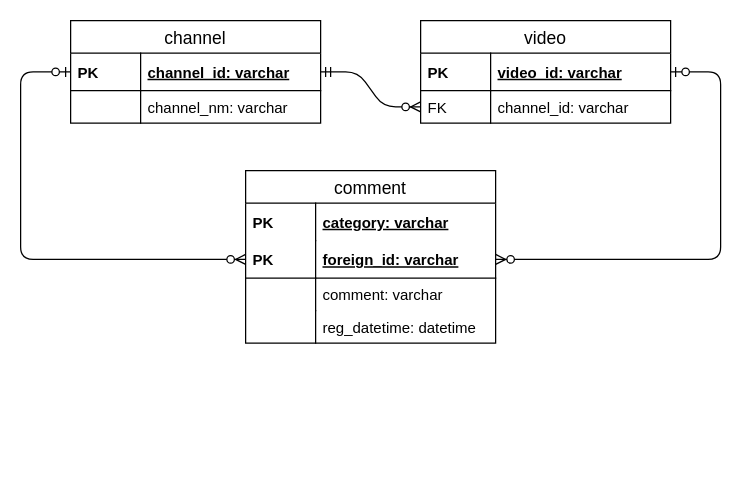
This is er.drawio from mtsml/jack, a draw.io file, before an edit. Source tidied: cells renumbered, new cells numbered last; positions are measured from the earlier drawing's top-left corner, leaving out a move shared by most shapes. Both pictures are drawn from the tidied source at 125%, with x=0, y=0 at pixel (20, 20).
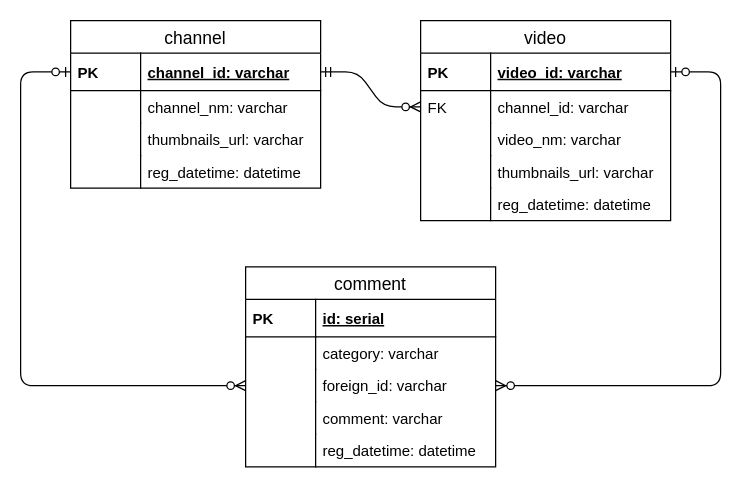
The same page after the edit.

The change refers to these unchanged cells:
```xml
<mxCell id="6" value="video_id: varchar" style="shape=partialRectangle;top=0;left=0;right=0;bottom=1;align=left;verticalAlign=middle;fillColor=none;spacingLeft=60;spacingRight=4;overflow=hidden;points=[[0,0.5],[1,0.5]];portConstraint=eastwest;fontStyle=5;fontSize=12;" parent="5" vertex="1">
  <mxGeometry y="26" width="200" height="30" as="geometry" />
</mxCell>
<mxCell id="11" value="channel_id: varchar" style="shape=partialRectangle;top=0;left=0;right=0;bottom=1;align=left;verticalAlign=middle;fillColor=none;spacingLeft=60;spacingRight=4;overflow=hidden;points=[[0,0.5],[1,0.5]];portConstraint=eastwest;fontStyle=5;fontSize=12;" parent="10" vertex="1">
  <mxGeometry y="26" width="200" height="30" as="geometry" />
</mxCell>
```

The edit, as a diff of the source:
```diff
@@
-    <mxCell id="3" style="edgeStyle=orthogonalEdgeStyle;fontSize=12;html=1;endArrow=ERzeroToMany;startArrow=ERzeroToOne;entryX=0;entryY=0.5;entryDx=0;entryDy=0;exitX=0;exitY=0.5;exitDx=0;exitDy=0;" parent="1" edge="1" source="11" target="18">
+    <mxCell id="3" style="edgeStyle=orthogonalEdgeStyle;fontSize=12;html=1;endArrow=ERzeroToMany;startArrow=ERzeroToOne;entryX=0;entryY=0.5;entryDx=0;entryDy=0;exitX=0;exitY=0.5;exitDx=0;exitDy=0;" parent="1" edge="1" source="11" target="34">
       <mxGeometry relative="1" as="geometry">
         <Array as="points">
           <mxPoint y="41" />
-          <mxPoint y="191" />
+          <mxPoint y="292" />
         </Array>
       </mxGeometry>
     </mxCell>
-    <mxCell id="4" style="edgeStyle=orthogonalEdgeStyle;fontSize=12;html=1;endArrow=ERzeroToMany;startArrow=ERzeroToOne;exitX=1;exitY=0.5;exitDx=0;exitDy=0;entryX=1;entryY=0.5;entryDx=0;entryDy=0;" parent="1" edge="1" source="6" target="18">
+    <mxCell id="4" style="edgeStyle=orthogonalEdgeStyle;fontSize=12;html=1;endArrow=ERzeroToMany;startArrow=ERzeroToOne;exitX=1;exitY=0.5;exitDx=0;exitDy=0;entryX=1;entryY=0.5;entryDx=0;entryDy=0;" parent="1" edge="1" source="6" target="34">
       <mxGeometry relative="1" as="geometry">
         <Array as="points">
           <mxPoint x="560" y="41" />
-          <mxPoint x="560" y="191" />
+          <mxPoint x="560" y="292" />
         </Array>
       </mxGeometry>
     </mxCell>
     <mxCell id="5" value="video" style="swimlane;fontStyle=0;horizontal=1;startSize=26;align=center;fontSize=14;" parent="1" vertex="1">
-      <mxGeometry x="320" width="200" height="82" as="geometry" />
+      <mxGeometry x="320" width="200" height="160" as="geometry" />
     </mxCell>
@@
+    <mxCell id="24" value="video_nm: varchar" style="shape=partialRectangle;top=0;left=0;right=0;bottom=0;align=left;verticalAlign=top;fillColor=none;spacingLeft=60;spacingRight=4;overflow=hidden;fontSize=12;" parent="5" vertex="1">
+      <mxGeometry y="82" width="200" height="26" as="geometry" />
+    </mxCell>
+    <mxCell id="25" style="shape=partialRectangle;top=0;left=0;bottom=0;fillColor=none;align=left;verticalAlign=top;spacingLeft=4;spacingRight=4;overflow=hidden;fontSize=12;" parent="24" vertex="1">
+      <mxGeometry width="56" height="26" as="geometry" />
+    </mxCell>
+    <mxCell id="26" value="thumbnails_url: varchar" style="shape=partialRectangle;top=0;left=0;right=0;bottom=0;align=left;verticalAlign=top;fillColor=none;spacingLeft=60;spacingRight=4;overflow=hidden;fontSize=12;" parent="5" vertex="1">
+      <mxGeometry y="108" width="200" height="26" as="geometry" />
+    </mxCell>
+    <mxCell id="27" style="shape=partialRectangle;top=0;left=0;bottom=0;fillColor=none;align=left;verticalAlign=top;spacingLeft=4;spacingRight=4;overflow=hidden;fontSize=12;" parent="26" vertex="1">
+      <mxGeometry width="56" height="26" as="geometry" />
+    </mxCell>
+    <mxCell id="28" value="reg_datetime: datetime" style="shape=partialRectangle;top=0;left=0;right=0;bottom=0;align=left;verticalAlign=top;fillColor=none;spacingLeft=60;spacingRight=4;overflow=hidden;fontSize=12;" parent="5" vertex="1">
+      <mxGeometry y="134" width="200" height="26" as="geometry" />
+    </mxCell>
+    <mxCell id="29" style="shape=partialRectangle;top=0;left=0;bottom=0;fillColor=none;align=left;verticalAlign=top;spacingLeft=4;spacingRight=4;overflow=hidden;fontSize=12;" parent="28" vertex="1">
+      <mxGeometry width="56" height="26" as="geometry" />
+    </mxCell>
     <mxCell id="10" value="channel" style="swimlane;fontStyle=0;horizontal=1;startSize=26;align=center;fontSize=14;" parent="1" vertex="1">
-      <mxGeometry x="40" width="200" height="82" as="geometry" />
+      <mxGeometry x="40" width="200" height="134" as="geometry" />
     </mxCell>
@@
+    <mxCell id="30" value="thumbnails_url: varchar" style="shape=partialRectangle;top=0;left=0;right=0;bottom=0;align=left;verticalAlign=top;fillColor=none;spacingLeft=60;spacingRight=4;overflow=hidden;fontSize=12;" parent="10" vertex="1">
+      <mxGeometry y="82" width="200" height="26" as="geometry" />
+    </mxCell>
+    <mxCell id="31" style="shape=partialRectangle;top=0;left=0;bottom=0;fillColor=none;align=left;verticalAlign=top;spacingLeft=4;spacingRight=4;overflow=hidden;fontSize=12;" parent="30" vertex="1">
+      <mxGeometry width="56" height="26" as="geometry" />
+    </mxCell>
+    <mxCell id="32" value="reg_datetime: datetime" style="shape=partialRectangle;top=0;left=0;right=0;bottom=0;align=left;verticalAlign=top;fillColor=none;spacingLeft=60;spacingRight=4;overflow=hidden;fontSize=12;" parent="10" vertex="1">
+      <mxGeometry y="108" width="200" height="26" as="geometry" />
+    </mxCell>
+    <mxCell id="33" style="shape=partialRectangle;top=0;left=0;bottom=0;fillColor=none;align=left;verticalAlign=top;spacingLeft=4;spacingRight=4;overflow=hidden;fontSize=12;" parent="32" vertex="1">
+      <mxGeometry width="56" height="26" as="geometry" />
+    </mxCell>
     <mxCell id="15" value="comment" style="swimlane;fontStyle=0;horizontal=1;startSize=26;align=center;fontSize=14;" parent="1" vertex="1">
-      <mxGeometry x="180" y="120" width="200" height="138" as="geometry" />
+      <mxGeometry x="180" y="197" width="200" height="160" as="geometry" />
     </mxCell>
-    <mxCell id="16" value="category: varchar" style="shape=partialRectangle;top=0;left=0;right=0;bottom=0;align=left;verticalAlign=middle;fillColor=none;spacingLeft=60;spacingRight=4;overflow=hidden;fontStyle=5;fontSize=12;" parent="15" vertex="1">
-      <mxGeometry y="26" width="200" height="30" as="geometry" />
-    </mxCell>
-    <mxCell id="17" value="PK" style="shape=partialRectangle;fontStyle=1;top=0;left=0;bottom=0;fillColor=none;align=left;verticalAlign=middle;spacingLeft=4;spacingRight=4;overflow=hidden;fontSize=12;" parent="16" vertex="1">
-      <mxGeometry width="56" height="30" as="geometry" />
-    </mxCell>
-    <mxCell id="18" value="foreign_id: varchar" style="shape=partialRectangle;top=0;left=0;right=0;bottom=1;align=left;verticalAlign=middle;fillColor=none;spacingLeft=60;spacingRight=4;overflow=hidden;points=[[0,0.5],[1,0.5]];portConstraint=eastwest;fontStyle=5;fontSize=12;" parent="15" vertex="1">
-      <mxGeometry y="56" width="200" height="30" as="geometry" />
+    <mxCell id="18" value="id: serial" style="shape=partialRectangle;top=0;left=0;right=0;bottom=1;align=left;verticalAlign=middle;fillColor=none;spacingLeft=60;spacingRight=4;overflow=hidden;points=[[0,0.5],[1,0.5]];portConstraint=eastwest;fontStyle=5;fontSize=12;" parent="15" vertex="1">
+      <mxGeometry y="26" width="200" height="30" as="geometry" />
     </mxCell>
@@
-    <mxCell id="20" value="comment: varchar" style="shape=partialRectangle;top=0;left=0;right=0;bottom=0;align=left;verticalAlign=top;fillColor=none;spacingLeft=60;spacingRight=4;overflow=hidden;fontSize=12;" parent="15" vertex="1">
-      <mxGeometry y="86" width="200" height="26" as="geometry" />
+    <mxCell id="20" value="category: varchar" style="shape=partialRectangle;top=0;left=0;right=0;bottom=0;align=left;verticalAlign=top;fillColor=none;spacingLeft=60;spacingRight=4;overflow=hidden;fontSize=12;" parent="15" vertex="1">
+      <mxGeometry y="56" width="200" height="26" as="geometry" />
     </mxCell>
@@
+    <mxCell id="34" value="foreign_id: varchar" style="shape=partialRectangle;top=0;left=0;right=0;bottom=0;align=left;verticalAlign=top;fillColor=none;spacingLeft=60;spacingRight=4;overflow=hidden;points=[[0,0.5],[1,0.5]];portConstraint=eastwest;fontSize=12;" parent="15" vertex="1">
+      <mxGeometry y="82" width="200" height="26" as="geometry" />
+    </mxCell>
+    <mxCell id="35" style="shape=partialRectangle;top=0;left=0;bottom=0;fillColor=none;align=left;verticalAlign=top;spacingLeft=4;spacingRight=4;overflow=hidden;fontSize=12;" parent="34" vertex="1">
+      <mxGeometry width="56" height="26" as="geometry" />
+    </mxCell>
+    <mxCell id="36" value="comment: varchar" style="shape=partialRectangle;top=0;left=0;right=0;bottom=0;align=left;verticalAlign=top;fillColor=none;spacingLeft=60;spacingRight=4;overflow=hidden;fontSize=12;" parent="15" vertex="1">
+      <mxGeometry y="108" width="200" height="26" as="geometry" />
+    </mxCell>
+    <mxCell id="37" style="shape=partialRectangle;top=0;left=0;bottom=0;fillColor=none;align=left;verticalAlign=top;spacingLeft=4;spacingRight=4;overflow=hidden;fontSize=12;" parent="36" vertex="1">
+      <mxGeometry width="56" height="26" as="geometry" />
+    </mxCell>
     <mxCell id="22" value="reg_datetime: datetime" style="shape=partialRectangle;top=0;left=0;right=0;bottom=0;align=left;verticalAlign=top;fillColor=none;spacingLeft=60;spacingRight=4;overflow=hidden;fontSize=12;" parent="15" vertex="1">
-      <mxGeometry y="112" width="200" height="26" as="geometry" />
+      <mxGeometry y="134" width="200" height="26" as="geometry" />
     </mxCell>
```
